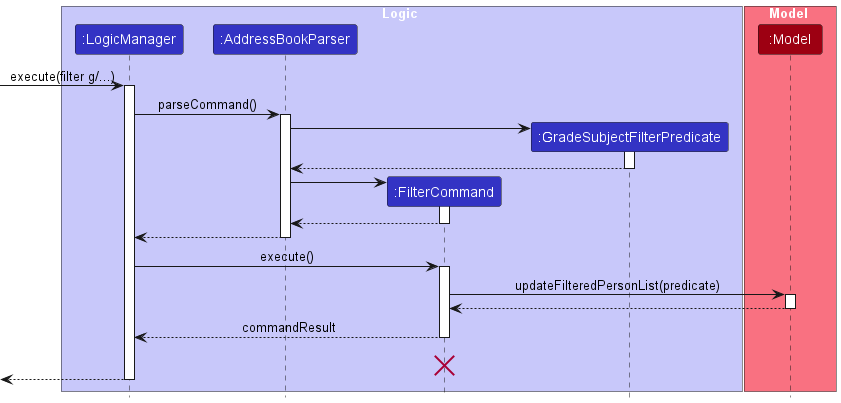
Before: docs/images/FilterSequenceDiagram-Logic.png, a diagram exported from PlantUML (zoebelle-pang/tp).
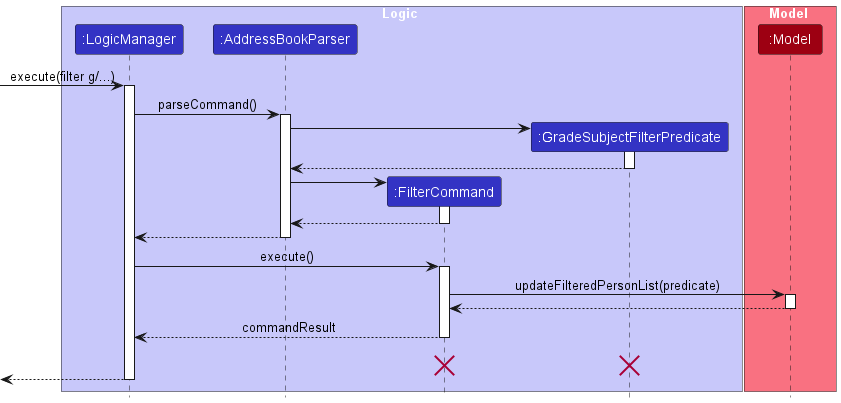
After the change.

The edit, as a diff of the source:
```diff
@@ -48,6 +48,7 @@
 deactivate FilterCommand
 FilterCommand -[hidden]-> LogicManager : commandResult
 destroy FilterCommand
+destroy GradeSubjectFilterPredicate
 
 [<--LogicManager
 deactivate LogicManager
```
